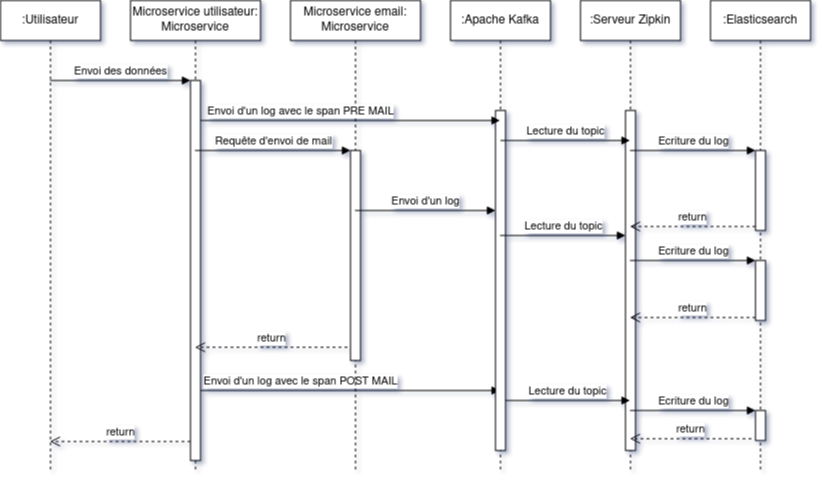
Before: images/q4_sequence.png, a diagram exported from draw.io (WoodenMaiden/rapport_polycode). Source tidied: cells renumbered, new cells last; positions are measured from the earlier drawing's top-left corner, leaving out a move shared by most shapes. Its diagram source:
```xml
<mxGraphModel>
  <root>
    <mxCell id="0" />
    <mxCell id="1" parent="0" />
    <mxCell id="2" value=":Utilisateur" style="shape=umlLifeline;perimeter=lifelinePerimeter;whiteSpace=wrap;html=1;outlineConnect=0;" parent="1" vertex="1">
      <mxGeometry width="100" height="470" as="geometry" />
    </mxCell>
    <mxCell id="3" value=":Serveur Zipkin" style="shape=umlLifeline;perimeter=lifelinePerimeter;whiteSpace=wrap;html=1;outlineConnect=0;" parent="1" vertex="1">
      <mxGeometry x="580" width="100" height="470" as="geometry" />
    </mxCell>
    <mxCell id="4" style="html=1;points=[];perimeter=orthogonalPerimeter;" parent="3" vertex="1">
      <mxGeometry x="45" y="110" width="10" height="340" as="geometry" />
    </mxCell>
    <mxCell id="5" value=":Elasticsearch" style="shape=umlLifeline;perimeter=lifelinePerimeter;whiteSpace=wrap;html=1;" parent="1" vertex="1">
      <mxGeometry x="710" width="100" height="470" as="geometry" />
    </mxCell>
    <mxCell id="6" style="html=1;points=[];perimeter=orthogonalPerimeter;" parent="5" vertex="1">
      <mxGeometry x="45" y="260" width="10" height="60" as="geometry" />
    </mxCell>
    <mxCell id="7" style="html=1;points=[];perimeter=orthogonalPerimeter;" parent="5" vertex="1">
      <mxGeometry x="45" y="150" width="10" height="80" as="geometry" />
    </mxCell>
    <mxCell id="8" style="html=1;points=[];perimeter=orthogonalPerimeter;" parent="5" vertex="1">
      <mxGeometry x="45" y="410" width="10" height="30" as="geometry" />
    </mxCell>
    <mxCell id="9" value="Microservice utilisateur: Microservice" style="shape=umlLifeline;perimeter=lifelinePerimeter;whiteSpace=wrap;html=1;outlineConnect=0;" parent="1" vertex="1">
      <mxGeometry x="130" width="130" height="470" as="geometry" />
    </mxCell>
    <mxCell id="10" style="html=1;points=[];perimeter=orthogonalPerimeter;" parent="9" vertex="1">
      <mxGeometry x="60" y="80" width="10" height="380" as="geometry" />
    </mxCell>
    <mxCell id="11" value="Envoi d'un log avec le span POST MAIL" style="html=1;verticalAlign=bottom;endArrow=block;rounded=0;" parent="9" edge="1" target="16">
      <mxGeometry x="-0.33" relative="1" as="geometry">
        <mxPoint x="70" y="390" as="sourcePoint" />
      </mxGeometry>
    </mxCell>
    <mxCell id="12" value="Microservice email: Microservice" style="shape=umlLifeline;perimeter=lifelinePerimeter;whiteSpace=wrap;html=1;outlineConnect=0;" parent="1" vertex="1">
      <mxGeometry x="290" width="130" height="470" as="geometry" />
    </mxCell>
    <mxCell id="13" style="html=1;points=[];perimeter=orthogonalPerimeter;" parent="12" vertex="1">
      <mxGeometry x="60" y="150" width="10" height="210" as="geometry" />
    </mxCell>
    <mxCell id="14" value="Envoi des données" style="html=1;verticalAlign=bottom;endArrow=block;entryX=0;entryY=0;rounded=0;" parent="1" edge="1" target="10">
      <mxGeometry relative="1" as="geometry">
        <mxPoint x="49.5" y="80" as="sourcePoint" />
      </mxGeometry>
    </mxCell>
    <mxCell id="15" value="return" style="html=1;verticalAlign=bottom;endArrow=open;dashed=1;endSize=8;exitX=0;exitY=0.95;rounded=0;" parent="1" edge="1" source="10">
      <mxGeometry relative="1" as="geometry">
        <mxPoint x="49.5" y="441" as="targetPoint" />
      </mxGeometry>
    </mxCell>
    <mxCell id="16" value=":Apache Kafka" style="shape=umlLifeline;perimeter=lifelinePerimeter;whiteSpace=wrap;html=1;outlineConnect=0;" parent="1" vertex="1">
      <mxGeometry x="450" width="100" height="470" as="geometry" />
    </mxCell>
    <mxCell id="17" style="html=1;points=[];perimeter=orthogonalPerimeter;" parent="16" vertex="1">
      <mxGeometry x="45" y="110" width="10" height="340" as="geometry" />
    </mxCell>
    <mxCell id="18" value="Lecture du topic" style="html=1;verticalAlign=bottom;endArrow=block;rounded=0;" parent="16" edge="1" target="3">
      <mxGeometry relative="1" as="geometry">
        <mxPoint x="50" y="140" as="sourcePoint" />
        <Array as="points">
          <mxPoint x="140" y="140" />
        </Array>
      </mxGeometry>
    </mxCell>
    <mxCell id="19" value="Envoi d'un log" style="html=1;verticalAlign=bottom;startArrow=none;endArrow=block;startSize=8;rounded=0;startFill=0;" parent="1" edge="1" source="12" target="17">
      <mxGeometry relative="1" as="geometry">
        <Array as="points">
          <mxPoint x="410" y="210" />
          <mxPoint x="450" y="210" />
        </Array>
      </mxGeometry>
    </mxCell>
    <mxCell id="20" value="return" style="html=1;verticalAlign=bottom;endArrow=open;dashed=1;endSize=8;exitX=-0.3;exitY=0.937;rounded=0;exitDx=0;exitDy=0;exitPerimeter=0;" parent="1" edge="1" source="13" target="9">
      <mxGeometry relative="1" as="geometry" />
    </mxCell>
    <mxCell id="21" value="Requête d'envoi de mail" style="html=1;verticalAlign=bottom;endArrow=block;entryX=0;entryY=0;rounded=0;" parent="1" edge="1" source="9" target="13">
      <mxGeometry relative="1" as="geometry" />
    </mxCell>
    <mxCell id="22" value="Lecture du topic" style="html=1;verticalAlign=bottom;startArrow=none;endArrow=block;startSize=8;rounded=0;startFill=0;" parent="1" edge="1" source="16" target="4">
      <mxGeometry relative="1" as="geometry" />
    </mxCell>
    <mxCell id="23" value="Ecriture du log" style="html=1;verticalAlign=bottom;endArrow=block;entryX=0;entryY=0;rounded=0;" parent="1" edge="1" source="3" target="6">
      <mxGeometry relative="1" as="geometry" />
    </mxCell>
    <mxCell id="24" value="return" style="html=1;verticalAlign=bottom;endArrow=open;dashed=1;endSize=8;exitX=0;exitY=0.95;rounded=0;" parent="1" edge="1" source="6" target="3">
      <mxGeometry relative="1" as="geometry" />
    </mxCell>
    <mxCell id="25" value="Envoi d'un log avec le span PRE MAIL" style="html=1;verticalAlign=bottom;endArrow=block;rounded=0;" parent="1" edge="1" source="10" target="16">
      <mxGeometry x="-0.33" relative="1" as="geometry">
        <Array as="points">
          <mxPoint x="220" y="120" />
        </Array>
      </mxGeometry>
    </mxCell>
    <mxCell id="26" value="Ecriture du log" style="html=1;verticalAlign=bottom;endArrow=block;entryX=0;entryY=0;rounded=0;" parent="1" edge="1" source="3" target="7">
      <mxGeometry relative="1" as="geometry" />
    </mxCell>
    <mxCell id="27" value="return" style="html=1;verticalAlign=bottom;endArrow=open;dashed=1;endSize=8;exitX=0;exitY=0.95;rounded=0;" parent="1" edge="1" source="7" target="3">
      <mxGeometry relative="1" as="geometry" />
    </mxCell>
    <mxCell id="28" value="Lecture du topic" style="html=1;verticalAlign=bottom;endArrow=block;rounded=0;" parent="1" edge="1" source="17" target="3">
      <mxGeometry relative="1" as="geometry">
        <Array as="points">
          <mxPoint x="520" y="400" />
          <mxPoint x="590" y="400" />
        </Array>
      </mxGeometry>
    </mxCell>
    <mxCell id="29" value="return" style="html=1;verticalAlign=bottom;endArrow=open;dashed=1;endSize=8;exitX=-0.4;exitY=0.94;rounded=0;exitDx=0;exitDy=0;exitPerimeter=0;" parent="1" edge="1" source="8" target="3">
      <mxGeometry relative="1" as="geometry" />
    </mxCell>
    <mxCell id="30" value="Ecriture du log" style="html=1;verticalAlign=bottom;endArrow=block;rounded=0;" parent="1" edge="1" source="3" target="8">
      <mxGeometry relative="1" as="geometry" />
    </mxCell>
  </root>
</mxGraphModel>
```
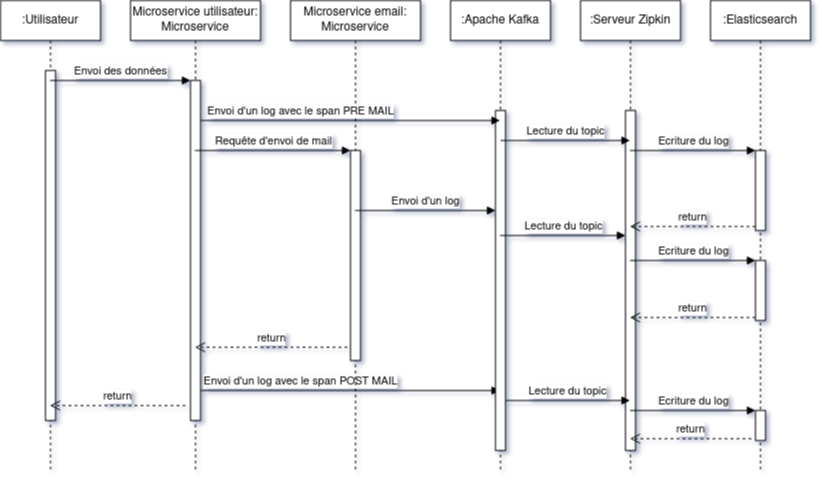
The same diagram one commit later.

Commit message:
fix: added client actvation for sequence diagramm on q4

Change to the diagram source:
```diff
@@ -5,6 +5,9 @@
     <mxCell id="2" value=":Utilisateur" style="shape=umlLifeline;perimeter=lifelinePerimeter;whiteSpace=wrap;html=1;outlineConnect=0;" parent="1" vertex="1">
       <mxGeometry width="100" height="470" as="geometry" />
     </mxCell>
+    <mxCell id="31" style="html=1;perimeter=orthogonalPerimeter;" parent="2" vertex="1">
+      <mxGeometry x="45" y="70" width="10" height="350" as="geometry" />
+    </mxCell>
     <mxCell id="3" value=":Serveur Zipkin" style="shape=umlLifeline;perimeter=lifelinePerimeter;whiteSpace=wrap;html=1;outlineConnect=0;" parent="1" vertex="1">
       <mxGeometry x="580" width="100" height="470" as="geometry" />
     </mxCell>
@@ -27,7 +30,7 @@
       <mxGeometry x="130" width="130" height="470" as="geometry" />
     </mxCell>
     <mxCell id="10" style="html=1;points=[];perimeter=orthogonalPerimeter;" parent="9" vertex="1">
-      <mxGeometry x="60" y="80" width="10" height="380" as="geometry" />
+      <mxGeometry x="60" y="80" width="10" height="340" as="geometry" />
     </mxCell>
     <mxCell id="11" value="Envoi d'un log avec le span POST MAIL" style="html=1;verticalAlign=bottom;endArrow=block;rounded=0;" parent="9" edge="1" target="16">
       <mxGeometry x="-0.33" relative="1" as="geometry">
@@ -45,10 +48,8 @@
         <mxPoint x="49.5" y="80" as="sourcePoint" />
       </mxGeometry>
     </mxCell>
-    <mxCell id="15" value="return" style="html=1;verticalAlign=bottom;endArrow=open;dashed=1;endSize=8;exitX=0;exitY=0.95;rounded=0;" parent="1" edge="1" source="10">
-      <mxGeometry relative="1" as="geometry">
-        <mxPoint x="49.5" y="441" as="targetPoint" />
-      </mxGeometry>
+    <mxCell id="15" value="return" style="html=1;verticalAlign=bottom;endArrow=open;dashed=1;endSize=8;exitX=-0.5;exitY=0.956;rounded=0;exitDx=0;exitDy=0;exitPerimeter=0;" parent="1" edge="1" source="10" target="2">
+      <mxGeometry relative="1" as="geometry" />
     </mxCell>
     <mxCell id="16" value=":Apache Kafka" style="shape=umlLifeline;perimeter=lifelinePerimeter;whiteSpace=wrap;html=1;outlineConnect=0;" parent="1" vertex="1">
       <mxGeometry x="450" width="100" height="470" as="geometry" />
```
